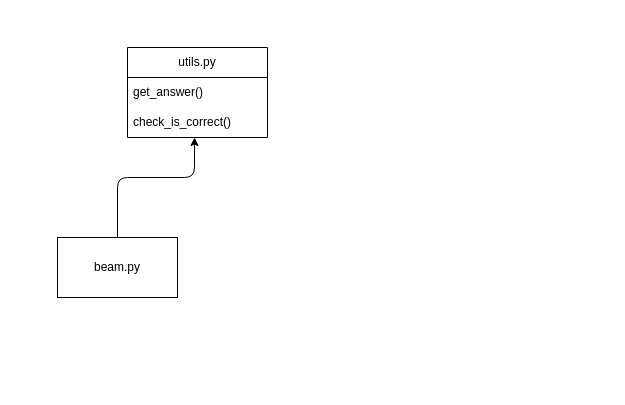
Before: test_time_scaling/flow.dio in yoshility/mtrths_labo, a draw.io diagram. Source tidied: cells renumbered, new cells numbered last; positions are measured from the earlier drawing's top-left corner, leaving out a move shared by most shapes. Both pictures are drawn from the tidied source at 100%, with x=0, y=0 at pixel (57, 47).
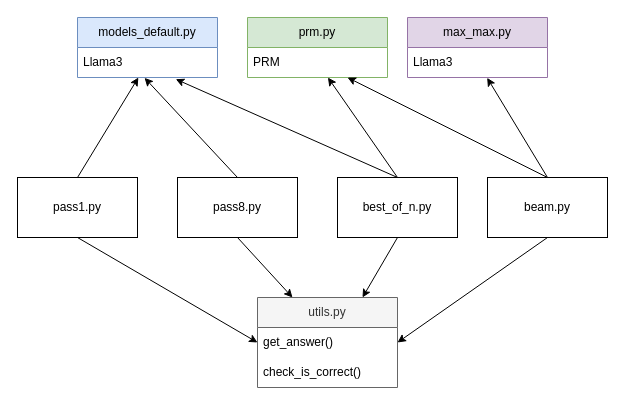
The same page after the edit.

The change refers to these unchanged cells:
```xml
<mxCell id="4" value="get_answer()" style="text;strokeColor=none;fillColor=none;align=left;verticalAlign=middle;spacingLeft=4;spacingRight=4;overflow=hidden;points=[[0,0.5],[1,0.5]];portConstraint=eastwest;whiteSpace=wrap;html=1;" parent="3" vertex="1">
  <mxGeometry y="30" width="140" height="30" as="geometry" />
</mxCell>
```

What changed in the source:
```diff
@@
     <mxCell id="2" value="beam.py" style="rounded=0;whiteSpace=wrap;html=1;" parent="1" vertex="1">
-      <mxGeometry y="190" width="120" height="60" as="geometry" />
+      <mxGeometry x="430" y="130" width="120" height="60" as="geometry" />
     </mxCell>
-    <mxCell id="3" value="utils.py" style="swimlane;fontStyle=0;horizontal=1;startSize=30;whiteSpace=wrap;html=1;" parent="1" vertex="1">
-      <mxGeometry x="70" width="140" height="90" as="geometry" />
+    <mxCell id="3" value="utils.py" style="swimlane;fontStyle=0;horizontal=1;startSize=30;whiteSpace=wrap;html=1;fillColor=#f5f5f5;fontColor=#333333;strokeColor=#666666;" parent="1" vertex="1">
+      <mxGeometry x="200" y="250" width="140" height="90" as="geometry" />
     </mxCell>
@@
-    <mxCell id="6" style="endArrow=classic;html=1;exitX=0.5;exitY=0;exitDx=0;exitDy=0;" parent="1" edge="1" source="2">
-      <mxGeometry relative="1" as="geometry">
-        <mxPoint x="137" y="90" as="targetPoint" />
-        <Array as="points">
-          <mxPoint x="60" y="130" />
-          <mxPoint x="137" y="130" />
-        </Array>
-      </mxGeometry>
+    <mxCell id="6" style="endArrow=classic;html=1;exitX=0.5;exitY=1;exitDx=0;exitDy=0;entryX=1;entryY=0.5;entryDx=0;entryDy=0;" parent="1" edge="1" source="2" target="4">
+      <mxGeometry relative="1" as="geometry" />
     </mxCell>
+    <mxCell id="7" value="pass1.py" style="rounded=0;whiteSpace=wrap;html=1;" parent="1" vertex="1">
+      <mxGeometry x="-40" y="130" width="120" height="60" as="geometry" />
+    </mxCell>
+    <mxCell id="8" value="pass8.py" style="rounded=0;whiteSpace=wrap;html=1;" parent="1" vertex="1">
+      <mxGeometry x="120" y="130" width="120" height="60" as="geometry" />
+    </mxCell>
+    <mxCell id="9" value="best_of_n.py" style="rounded=0;whiteSpace=wrap;html=1;" parent="1" vertex="1">
+      <mxGeometry x="280" y="130" width="120" height="60" as="geometry" />
+    </mxCell>
+    <mxCell id="10" style="edgeStyle=none;html=1;exitX=0.5;exitY=1;exitDx=0;exitDy=0;entryX=0;entryY=0.5;entryDx=0;entryDy=0;" parent="1" edge="1" source="7" target="4">
+      <mxGeometry relative="1" as="geometry" />
+    </mxCell>
+    <mxCell id="11" value="models_default.py" style="swimlane;fontStyle=0;horizontal=1;startSize=30;whiteSpace=wrap;html=1;fillColor=#dae8fc;strokeColor=#6c8ebf;" parent="1" vertex="1">
+      <mxGeometry x="20" y="-30" width="140" height="60" as="geometry" />
+    </mxCell>
+    <mxCell id="12" value="Llama3" style="text;strokeColor=none;fillColor=none;align=left;verticalAlign=middle;spacingLeft=4;spacingRight=4;overflow=hidden;points=[[0,0.5],[1,0.5]];portConstraint=eastwest;whiteSpace=wrap;html=1;" parent="11" vertex="1">
+      <mxGeometry y="30" width="140" height="30" as="geometry" />
+    </mxCell>
+    <mxCell id="13" style="edgeStyle=none;html=1;exitX=0.5;exitY=0;exitDx=0;exitDy=0;" parent="1" edge="1" source="7" target="12">
+      <mxGeometry relative="1" as="geometry" />
+    </mxCell>
+    <mxCell id="14" style="endArrow=classic;html=1;exitX=0.5;exitY=0;exitDx=0;exitDy=0;entryX=0.479;entryY=1.011;entryDx=0;entryDy=0;entryPerimeter=0;" parent="1" edge="1" source="8" target="12">
+      <mxGeometry relative="1" as="geometry" />
+    </mxCell>
+    <mxCell id="15" value="max_max.py" style="swimlane;fontStyle=0;horizontal=1;startSize=30;whiteSpace=wrap;html=1;fillColor=#e1d5e7;strokeColor=#9673a6;" parent="1" vertex="1">
+      <mxGeometry x="350" y="-30" width="140" height="60" as="geometry" />
+    </mxCell>
+    <mxCell id="16" value="Llama3" style="text;strokeColor=none;fillColor=none;align=left;verticalAlign=middle;spacingLeft=4;spacingRight=4;overflow=hidden;points=[[0,0.5],[1,0.5]];portConstraint=eastwest;whiteSpace=wrap;html=1;" parent="15" vertex="1">
+      <mxGeometry y="30" width="140" height="30" as="geometry" />
+    </mxCell>
+    <mxCell id="17" value="prm.py" style="swimlane;fontStyle=0;horizontal=1;startSize=30;whiteSpace=wrap;html=1;fillColor=#d5e8d4;strokeColor=#82b366;" parent="1" vertex="1">
+      <mxGeometry x="190" y="-30" width="140" height="60" as="geometry" />
+    </mxCell>
+    <mxCell id="18" value="PRM" style="text;strokeColor=none;fillColor=none;align=left;verticalAlign=middle;spacingLeft=4;spacingRight=4;overflow=hidden;points=[[0,0.5],[1,0.5]];portConstraint=eastwest;whiteSpace=wrap;html=1;" parent="17" vertex="1">
+      <mxGeometry y="30" width="140" height="30" as="geometry" />
+    </mxCell>
+    <mxCell id="19" style="endArrow=classic;html=1;exitX=0.5;exitY=1;exitDx=0;exitDy=0;entryX=0.25;entryY=0;entryDx=0;entryDy=0;" parent="1" edge="1" source="8" target="3">
+      <mxGeometry relative="1" as="geometry" />
+    </mxCell>
+    <mxCell id="20" style="endArrow=classic;html=1;exitX=0.5;exitY=1;exitDx=0;exitDy=0;entryX=0.75;entryY=0;entryDx=0;entryDy=0;" parent="1" edge="1" source="9" target="3">
+      <mxGeometry relative="1" as="geometry" />
+    </mxCell>
+    <mxCell id="21" style="endArrow=classic;html=1;exitX=0.5;exitY=0;exitDx=0;exitDy=0;" parent="1" edge="1" source="9" target="18">
+      <mxGeometry relative="1" as="geometry" />
+    </mxCell>
+    <mxCell id="22" style="endArrow=classic;html=1;exitX=0.5;exitY=0;exitDx=0;exitDy=0;" parent="1" edge="1" source="2" target="18">
+      <mxGeometry relative="1" as="geometry" />
+    </mxCell>
+    <mxCell id="23" style="endArrow=classic;html=1;exitX=0.5;exitY=0;exitDx=0;exitDy=0;entryX=0.569;entryY=1.011;entryDx=0;entryDy=0;entryPerimeter=0;" parent="1" edge="1" source="2" target="16">
+      <mxGeometry relative="1" as="geometry" />
+    </mxCell>
+    <mxCell id="24" style="endArrow=classic;html=1;exitX=0.5;exitY=0;exitDx=0;exitDy=0;entryX=0.702;entryY=1.056;entryDx=0;entryDy=0;entryPerimeter=0;" parent="1" edge="1" source="9" target="12">
+      <mxGeometry relative="1" as="geometry" />
+    </mxCell>
```
